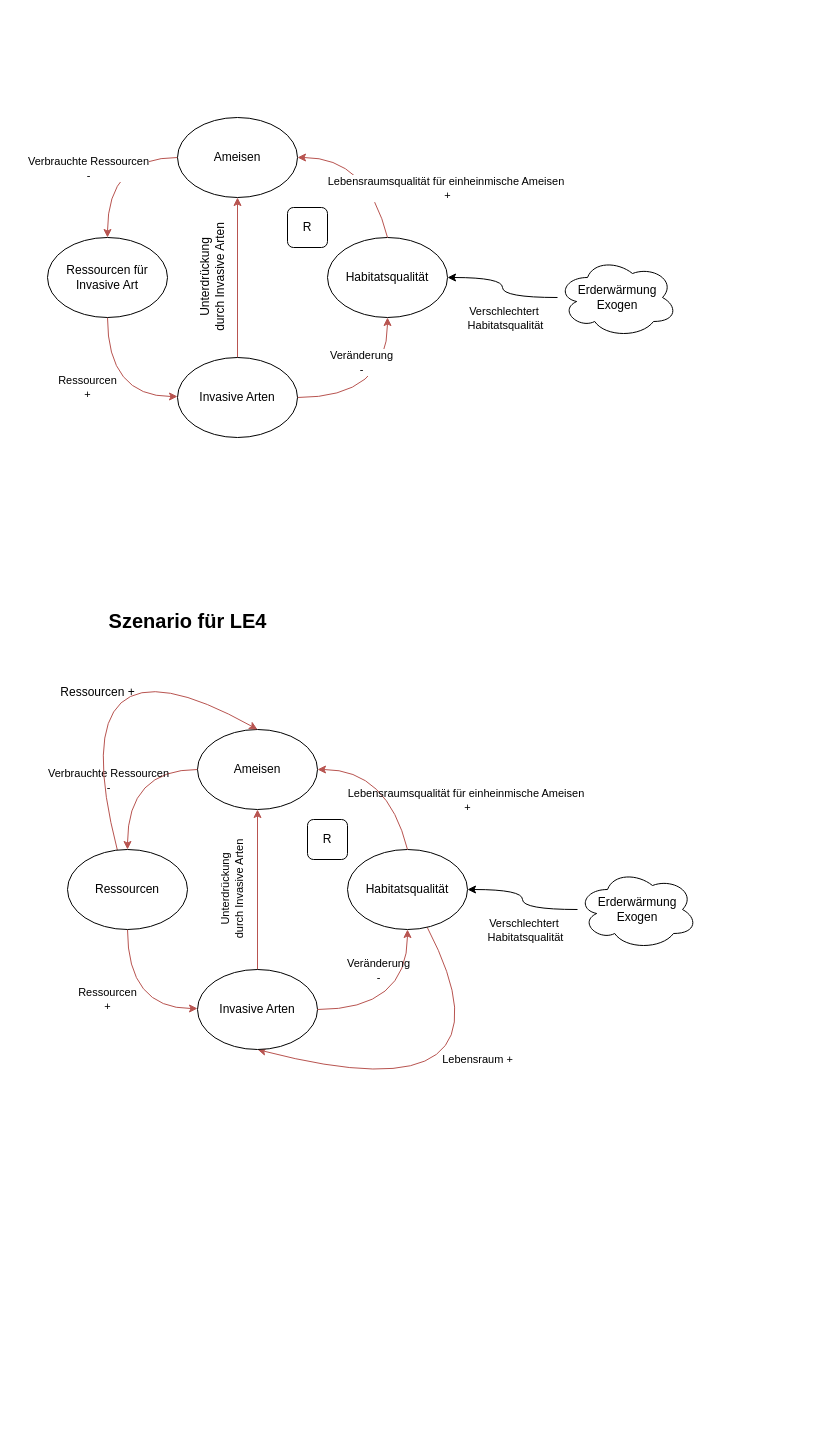
Earlier version of the draw.io diagram SystemModellierungen/Causal_loop_Simplified.drawio (c4-hash/mss_ameisen). Source tidied: cells renumbered, new cells numbered last; positions are measured from the earlier drawing's top-left corner, leaving out a move shared by most shapes. Both pictures are drawn from the tidied source at 100%, with x=0, y=0 at pixel (47, 117).
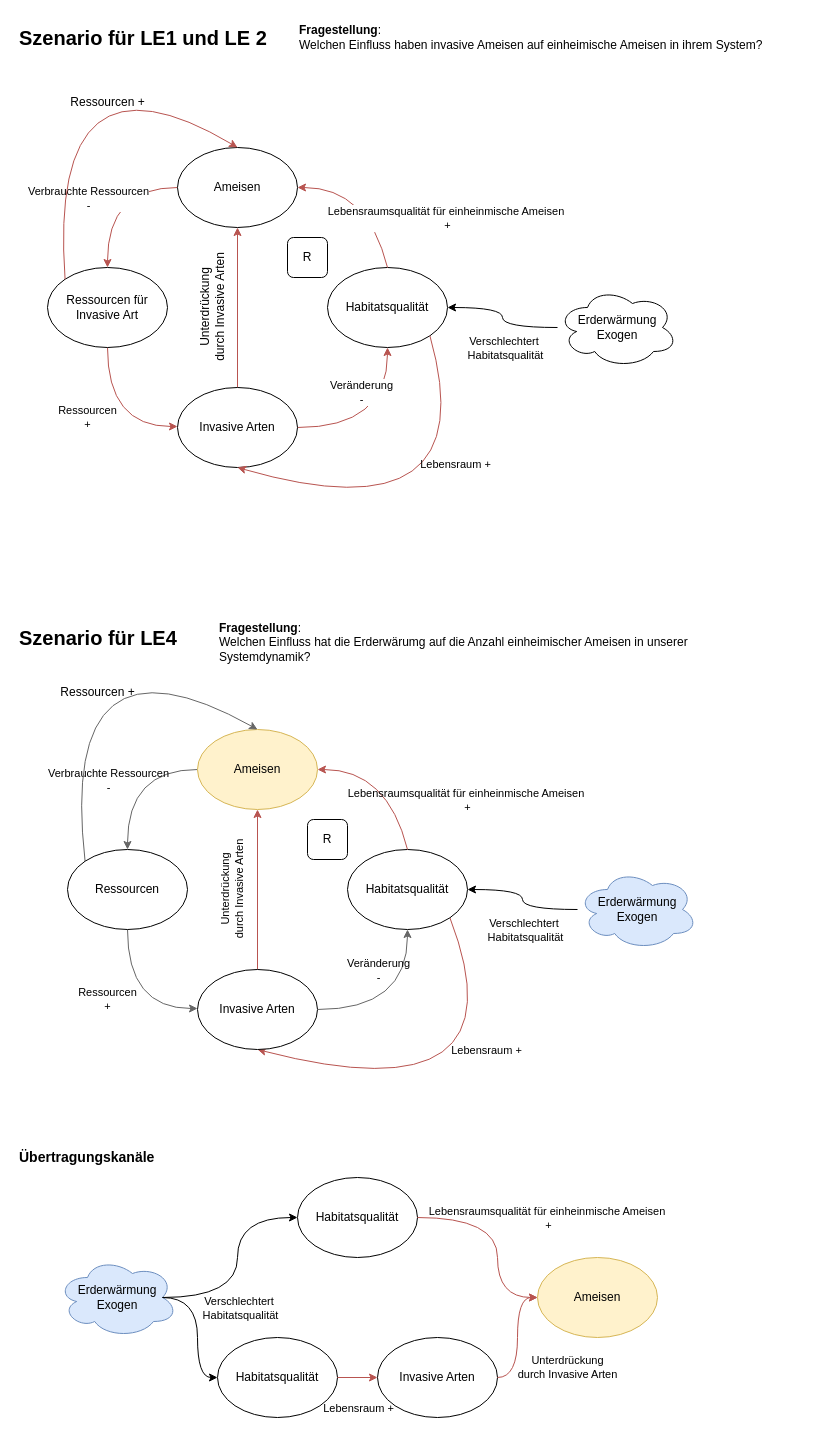
Above is the later version.

Commit message:
Added research questions and transmission channels

Unchanged cells that the change refers to:
```xml
<mxCell id="26" value="Ressourcen" style="ellipse;whiteSpace=wrap;html=1;" parent="1" vertex="1">
  <mxGeometry x="20" y="732" width="120" height="80" as="geometry" />
</mxCell>
<mxCell id="29" value="Habitatsqualität" style="ellipse;whiteSpace=wrap;html=1;" parent="1" vertex="1">
  <mxGeometry x="300" y="732" width="120" height="80" as="geometry" />
</mxCell>
<mxCell id="33" value="Invasive Arten" style="ellipse;whiteSpace=wrap;html=1;" parent="1" vertex="1">
  <mxGeometry x="150" y="852" width="120" height="80" as="geometry" />
</mxCell>
```

Diff of the diagram source:
```diff
@@
     <mxCell id="2" style="edgeStyle=orthogonalEdgeStyle;rounded=0;jettySize=auto;html=1;exitX=0;exitY=0.5;exitDx=0;exitDy=0;curved=1;fillColor=#f8cecc;strokeColor=#b85450;entryX=0.5;entryY=0;entryDx=0;entryDy=0;" parent="1" edge="1" source="4" target="7">
       <mxGeometry relative="1" as="geometry">
         <Array as="points">
-          <mxPoint x="60" y="40" />
+          <mxPoint x="60" y="70" />
         </Array>
       </mxGeometry>
     </mxCell>
@@
     <mxCell id="4" value="Ameisen" style="ellipse;whiteSpace=wrap;html=1;" parent="1" vertex="1">
-      <mxGeometry x="130" width="120" height="80" as="geometry" />
+      <mxGeometry x="130" y="30" width="120" height="80" as="geometry" />
     </mxCell>
     <mxCell id="5" style="edgeStyle=orthogonalEdgeStyle;rounded=0;jettySize=auto;html=1;curved=1;fillColor=#f8cecc;strokeColor=#b85450;exitX=0.5;exitY=1;exitDx=0;exitDy=0;" parent="1" edge="1" source="7" target="14">
       <mxGeometry relative="1" as="geometry">
         <Array as="points">
-          <mxPoint x="60" y="279" />
+          <mxPoint x="60" y="309" />
         </Array>
       </mxGeometry>
     </mxCell>
@@
     <mxCell id="7" value="Ressourcen für Invasive Art" style="ellipse;whiteSpace=wrap;html=1;" parent="1" vertex="1">
-      <mxGeometry y="120" width="120" height="80" as="geometry" />
+      <mxGeometry y="150" width="120" height="80" as="geometry" />
     </mxCell>
     <mxCell id="8" value="Habitatsqualität" style="ellipse;whiteSpace=wrap;html=1;" parent="1" vertex="1">
-      <mxGeometry x="280" y="120" width="120" height="80" as="geometry" />
+      <mxGeometry x="280" y="150" width="120" height="80" as="geometry" />
     </mxCell>
@@
     <mxCell id="11" style="endArrow=classic;html=1;rounded=0;exitX=0.5;exitY=0;exitDx=0;exitDy=0;entryX=1;entryY=0.5;entryDx=0;entryDy=0;curved=1;fillColor=#f8cecc;strokeColor=#b85450;" parent="1" edge="1" source="8" target="4">
       <mxGeometry relative="1" as="geometry">
         <Array as="points">
-          <mxPoint x="320" y="40" />
+          <mxPoint x="320" y="70" />
         </Array>
       </mxGeometry>
     </mxCell>
@@
     <mxCell id="14" value="Invasive Arten" style="ellipse;whiteSpace=wrap;html=1;" parent="1" vertex="1">
-      <mxGeometry x="130" y="240" width="120" height="80" as="geometry" />
+      <mxGeometry x="130" y="270" width="120" height="80" as="geometry" />
     </mxCell>
@@
     <mxCell id="17" value="Erderwärmung&lt;div&gt;Exogen&lt;/div&gt;" style="ellipse;shape=cloud;whiteSpace=wrap;html=1;" parent="1" vertex="1">
-      <mxGeometry x="510" y="140" width="120" height="80" as="geometry" />
+      <mxGeometry x="510" y="170" width="120" height="80" as="geometry" />
     </mxCell>
     <mxCell id="18" value="R" style="rounded=1;whiteSpace=wrap;html=1;" parent="1" vertex="1">
-      <mxGeometry x="240" y="90" width="40" height="40" as="geometry" />
+      <mxGeometry x="240" y="120" width="40" height="40" as="geometry" />
     </mxCell>
     <mxCell id="19" value="Unterdrückung&lt;div&gt;durch Invasive Arten&lt;/div&gt;" style="text;html=1;align=center;verticalAlign=middle;strokeColor=none;fillColor=none;rotation=-90;" parent="1" vertex="1">
-      <mxGeometry x="100" y="140" width="130" height="40" as="geometry" />
+      <mxGeometry x="100" y="170" width="130" height="40" as="geometry" />
     </mxCell>
-    <mxCell id="20" style="edgeStyle=orthogonalEdgeStyle;rounded=0;jettySize=auto;html=1;exitX=0;exitY=0.5;exitDx=0;exitDy=0;curved=1;fillColor=#f8cecc;strokeColor=#b85450;entryX=0.5;entryY=0;entryDx=0;entryDy=0;" parent="1" edge="1" source="22" target="26">
+    <mxCell id="20" style="edgeStyle=orthogonalEdgeStyle;rounded=0;jettySize=auto;html=1;exitX=0;exitY=0.5;exitDx=0;exitDy=0;curved=1;fillColor=#f5f5f5;strokeColor=#666666;entryX=0.5;entryY=0;entryDx=0;entryDy=0;" parent="1" edge="1" source="22" target="26">
       <mxGeometry relative="1" as="geometry">
         <Array as="points">
           <mxPoint x="80" y="652" />
         </Array>
       </mxGeometry>
     </mxCell>
@@
-    <mxCell id="22" value="Ameisen" style="ellipse;whiteSpace=wrap;html=1;" parent="1" vertex="1">
+    <mxCell id="22" value="Ameisen" style="ellipse;whiteSpace=wrap;html=1;fillColor=#fff2cc;strokeColor=#d6b656;" parent="1" vertex="1">
       <mxGeometry x="150" y="612" width="120" height="80" as="geometry" />
     </mxCell>
-    <mxCell id="23" style="edgeStyle=orthogonalEdgeStyle;rounded=0;jettySize=auto;html=1;curved=1;fillColor=#f8cecc;strokeColor=#b85450;exitX=0.5;exitY=1;exitDx=0;exitDy=0;" parent="1" edge="1" source="26" target="33">
+    <mxCell id="23" style="edgeStyle=orthogonalEdgeStyle;rounded=0;jettySize=auto;html=1;curved=1;fillColor=#f5f5f5;strokeColor=#666666;exitX=0.5;exitY=1;exitDx=0;exitDy=0;" parent="1" edge="1" source="26" target="33">
       <mxGeometry relative="1" as="geometry">
         <Array as="points">
           <mxPoint x="80" y="891" />
         </Array>
       </mxGeometry>
     </mxCell>
@@
-    <mxCell id="25" style="edgeStyle=none;html=1;entryX=0.5;entryY=0;entryDx=0;entryDy=0;rounded=0;curved=1;strokeColor=#B85450;" parent="1" edge="1" source="26" target="22">
+    <mxCell id="25" style="edgeStyle=none;html=1;entryX=0.5;entryY=0;entryDx=0;entryDy=0;rounded=0;curved=1;strokeColor=#666666;fillColor=#f5f5f5;exitX=0;exitY=0;exitDx=0;exitDy=0;" parent="1" edge="1" source="26" target="22">
       <mxGeometry relative="1" as="geometry">
         <Array as="points">
           <mxPoint x="10" y="500" />
         </Array>
       </mxGeometry>
     </mxCell>
@@
-    <mxCell id="27" style="edgeStyle=none;html=1;entryX=0.5;entryY=1;entryDx=0;entryDy=0;rounded=0;curved=1;strokeColor=#B85450;" parent="1" edge="1" source="29" target="33">
+    <mxCell id="27" style="edgeStyle=none;html=1;entryX=0.5;entryY=1;entryDx=0;entryDy=0;rounded=0;curved=1;strokeColor=#B85450;exitX=1;exitY=1;exitDx=0;exitDy=0;" parent="1" edge="1" source="29" target="33">
       <mxGeometry relative="1" as="geometry">
         <Array as="points">
           <mxPoint x="480" y="1002" />
         </Array>
       </mxGeometry>
     </mxCell>
@@
-    <mxCell id="36" value="Erderwärmung&lt;div&gt;Exogen&lt;/div&gt;" style="ellipse;shape=cloud;whiteSpace=wrap;html=1;" parent="1" vertex="1">
+    <mxCell id="36" value="Erderwärmung&lt;div&gt;Exogen&lt;/div&gt;" style="ellipse;shape=cloud;whiteSpace=wrap;html=1;fillColor=#dae8fc;strokeColor=#6c8ebf;" parent="1" vertex="1">
       <mxGeometry x="530" y="752" width="120" height="80" as="geometry" />
     </mxCell>
@@
-    <mxCell id="39" style="edgeStyle=orthogonalEdgeStyle;rounded=0;jettySize=auto;html=1;curved=1;fillColor=#f8cecc;strokeColor=#b85450;exitX=1;exitY=0.5;exitDx=0;exitDy=0;" parent="1" edge="1" source="33" target="29">
+    <mxCell id="39" style="edgeStyle=orthogonalEdgeStyle;rounded=0;jettySize=auto;html=1;curved=1;fillColor=#f5f5f5;strokeColor=#666666;exitX=1;exitY=0.5;exitDx=0;exitDy=0;" parent="1" edge="1" source="33" target="29">
       <mxGeometry relative="1" as="geometry" />
     </mxCell>
@@
-    <mxCell id="42" value="&lt;b&gt;&lt;font style=&quot;font-size: 20px;&quot;&gt;Szenario für LE4&lt;/font&gt;&lt;/b&gt;" style="text;html=1;align=center;verticalAlign=middle;strokeColor=none;fillColor=none;" parent="1" vertex="1">
-      <mxGeometry x="50" y="483" width="180" height="40" as="geometry" />
+    <mxCell id="42" value="&lt;b&gt;&lt;font style=&quot;font-size: 20px;&quot;&gt;Szenario für LE4&lt;/font&gt;&lt;/b&gt;" style="text;html=1;align=left;verticalAlign=middle;strokeColor=none;fillColor=none;" parent="1" vertex="1">
+      <mxGeometry x="-30" y="500" width="180" height="40" as="geometry" />
     </mxCell>
+    <mxCell id="43" value="Erderwärmung&lt;div&gt;Exogen&lt;/div&gt;" style="ellipse;shape=cloud;whiteSpace=wrap;html=1;fillColor=#dae8fc;strokeColor=#6c8ebf;" parent="1" vertex="1">
+      <mxGeometry x="10" y="1140" width="120" height="80" as="geometry" />
+    </mxCell>
+    <mxCell id="44" value="Habitatsqualität" style="ellipse;whiteSpace=wrap;html=1;" parent="1" vertex="1">
+      <mxGeometry x="250" y="1060" width="120" height="80" as="geometry" />
+    </mxCell>
+    <mxCell id="45" value="Ameisen" style="ellipse;whiteSpace=wrap;html=1;fillColor=#fff2cc;strokeColor=#d6b656;" parent="1" vertex="1">
+      <mxGeometry x="490" y="1140" width="120" height="80" as="geometry" />
+    </mxCell>
+    <mxCell id="46" value="Invasive Arten" style="ellipse;whiteSpace=wrap;html=1;" parent="1" vertex="1">
+      <mxGeometry x="330" y="1220" width="120" height="80" as="geometry" />
+    </mxCell>
+    <mxCell id="47" value="Habitatsqualität" style="ellipse;whiteSpace=wrap;html=1;" parent="1" vertex="1">
+      <mxGeometry x="170" y="1220" width="120" height="80" as="geometry" />
+    </mxCell>
+    <mxCell id="48" style="edgeStyle=orthogonalEdgeStyle;rounded=0;jettySize=auto;html=1;curved=1;exitX=0.875;exitY=0.5;exitDx=0;exitDy=0;exitPerimeter=0;entryX=0;entryY=0.5;entryDx=0;entryDy=0;" parent="1" edge="1" source="43" target="44">
+      <mxGeometry relative="1" as="geometry" />
+    </mxCell>
+    <mxCell id="49" value="Verschlechtert&amp;nbsp;&lt;div&gt;Habitatsqualität&lt;/div&gt;" style="edgeLabel;html=1;align=center;verticalAlign=middle;labelBackgroundColor=none;" parent="48" vertex="1">
+      <mxGeometry x="-0.1" y="-2" relative="1" as="geometry">
+        <mxPoint y="32" as="offset" />
+      </mxGeometry>
+    </mxCell>
+    <mxCell id="50" style="edgeStyle=orthogonalEdgeStyle;rounded=0;jettySize=auto;html=1;curved=1;exitX=0.875;exitY=0.5;exitDx=0;exitDy=0;exitPerimeter=0;entryX=0;entryY=0.5;entryDx=0;entryDy=0;" parent="1" edge="1" source="43" target="47">
+      <mxGeometry relative="1" as="geometry" />
+    </mxCell>
+    <mxCell id="51" style="endArrow=classic;html=1;rounded=0;exitX=1;exitY=0.5;exitDx=0;exitDy=0;entryX=0;entryY=0.5;entryDx=0;entryDy=0;curved=1;fillColor=#f8cecc;strokeColor=#b85450;edgeStyle=orthogonalEdgeStyle;" parent="1" edge="1" source="44" target="45">
+      <mxGeometry relative="1" as="geometry">
+        <Array as="points">
+          <mxPoint x="450" y="1100" />
+          <mxPoint x="450" y="1180" />
+        </Array>
+      </mxGeometry>
+    </mxCell>
+    <mxCell id="52" value="Lebensraumsqualität für einheinmische Ameisen&amp;nbsp;&lt;div&gt;+&lt;/div&gt;" style="edgeLabel;html=1;align=center;verticalAlign=middle;labelBackgroundColor=none;" parent="51" vertex="1">
+      <mxGeometry x="0.19" y="28" relative="1" as="geometry">
+        <mxPoint x="22" y="-39" as="offset" />
+      </mxGeometry>
+    </mxCell>
+    <mxCell id="53" style="html=1;entryX=0;entryY=0.5;entryDx=0;entryDy=0;rounded=0;strokeColor=#B85450;exitX=1;exitY=0.5;exitDx=0;exitDy=0;" parent="1" edge="1" source="47" target="46">
+      <mxGeometry relative="1" as="geometry" />
+    </mxCell>
+    <mxCell id="54" value="Lebensraum +" style="edgeLabel;html=1;align=center;verticalAlign=middle;labelBackgroundColor=none;" parent="53" vertex="1">
+      <mxGeometry x="-0.56" y="-36" relative="1" as="geometry">
+        <mxPoint x="11" y="-6" as="offset" />
+      </mxGeometry>
+    </mxCell>
+    <mxCell id="55" style="edgeStyle=orthogonalEdgeStyle;html=1;strokeColor=#B85450;exitX=1;exitY=0.5;exitDx=0;exitDy=0;entryX=0;entryY=0.5;entryDx=0;entryDy=0;curved=1;" parent="1" edge="1" source="46" target="45">
+      <mxGeometry relative="1" as="geometry" />
+    </mxCell>
+    <mxCell id="56" value="Unterdrückung&lt;div&gt;durch Invasive Arten&lt;/div&gt;" style="text;html=1;align=center;verticalAlign=middle;strokeColor=none;fillColor=none;rotation=0;fontSize=11;" parent="1" vertex="1">
+      <mxGeometry x="460" y="1230" width="120" height="40" as="geometry" />
+    </mxCell>
+    <mxCell id="57" style="edgeStyle=none;html=1;entryX=0.5;entryY=0;entryDx=0;entryDy=0;rounded=0;curved=1;strokeColor=#B85450;exitX=0;exitY=0;exitDx=0;exitDy=0;" parent="1" edge="1" source="7" target="4">
+      <mxGeometry relative="1" as="geometry">
+        <Array as="points">
+          <mxPoint y="-83" />
+        </Array>
+      </mxGeometry>
+    </mxCell>
+    <mxCell id="58" value="Ressourcen +" style="text;html=1;align=center;verticalAlign=middle;strokeColor=none;fillColor=none;" parent="1" vertex="1">
+      <mxGeometry x="10" y="-30" width="100" height="30" as="geometry" />
+    </mxCell>
+    <mxCell id="59" style="edgeStyle=none;html=1;entryX=0.5;entryY=1;entryDx=0;entryDy=0;rounded=0;curved=1;strokeColor=#B85450;exitX=1;exitY=1;exitDx=0;exitDy=0;" parent="1" edge="1" source="8" target="14">
+      <mxGeometry relative="1" as="geometry">
+        <Array as="points">
+          <mxPoint x="440" y="422" />
+        </Array>
+      </mxGeometry>
+    </mxCell>
+    <mxCell id="60" value="Lebensraum +" style="edgeLabel;html=1;align=center;verticalAlign=middle;labelBackgroundColor=none;" parent="59" vertex="1">
+      <mxGeometry x="-0.56" y="-36" relative="1" as="geometry">
+        <mxPoint x="31" y="18" as="offset" />
+      </mxGeometry>
+    </mxCell>
+    <mxCell id="61" value="&lt;b&gt;&lt;font style=&quot;font-size: 20px;&quot;&gt;Szenario für LE1 und LE 2&lt;/font&gt;&lt;/b&gt;" style="text;html=1;align=left;verticalAlign=middle;strokeColor=none;fillColor=none;" parent="1" vertex="1">
+      <mxGeometry x="-30" y="-100" width="270" height="40" as="geometry" />
+    </mxCell>
+    <mxCell id="62" value="&lt;b&gt;Übertragungskanäle&lt;/b&gt;" style="text;html=1;whiteSpace=wrap;strokeColor=none;fillColor=none;align=left;verticalAlign=middle;rounded=0;fontSize=14;" parent="1" vertex="1">
+      <mxGeometry x="-30" y="1020" width="160" height="40" as="geometry" />
+    </mxCell>
+    <mxCell id="63" value="&lt;b&gt;Fragestellung&lt;/b&gt;:&amp;nbsp;&lt;br&gt;&lt;div&gt;Welchen Einfluss hat die Erderwärumg auf die Anzahl einheimischer Ameisen in unserer Systemdynamik?&lt;/div&gt;" style="text;html=1;whiteSpace=wrap;strokeColor=none;fillColor=none;align=left;verticalAlign=middle;rounded=0;" parent="1" vertex="1">
+      <mxGeometry x="170" y="500" width="520" height="50" as="geometry" />
+    </mxCell>
+    <mxCell id="64" value="&lt;b&gt;Fragestellung&lt;/b&gt;:&amp;nbsp;&lt;br&gt;&lt;div&gt;Welchen Einfluss haben invasive Ameisen auf einheimische Ameisen in ihrem System?&lt;/div&gt;" style="text;html=1;whiteSpace=wrap;strokeColor=none;fillColor=none;align=left;verticalAlign=middle;rounded=0;" parent="1" vertex="1">
+      <mxGeometry x="250" y="-100" width="500" height="40" as="geometry" />
+    </mxCell>
```
